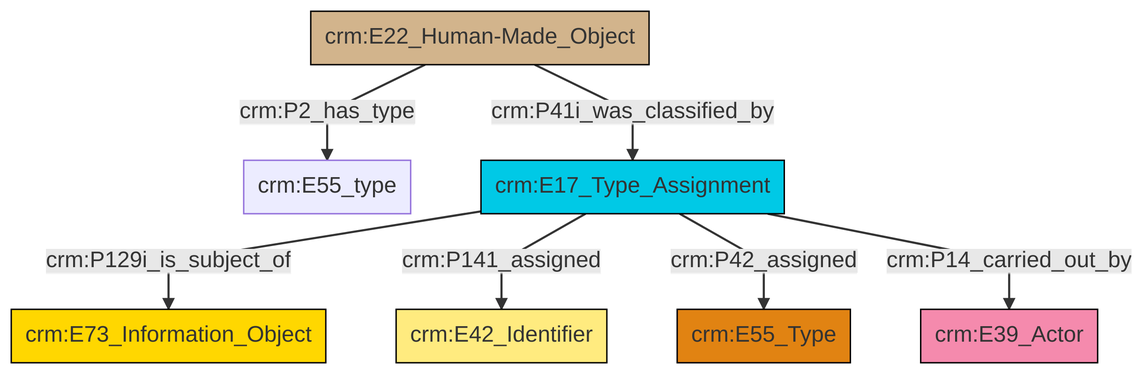
Above: et/builtWorkCSV/ttl/mmd/png/Built_Work_designation_status.png in swiss-art-research-net/docs.swissartresearch (Mermaid), before the change. Its source is kept beside it as et/builtWorkCSV/ttl/mmd/Built_Work_designation_status.ttl.mmd.
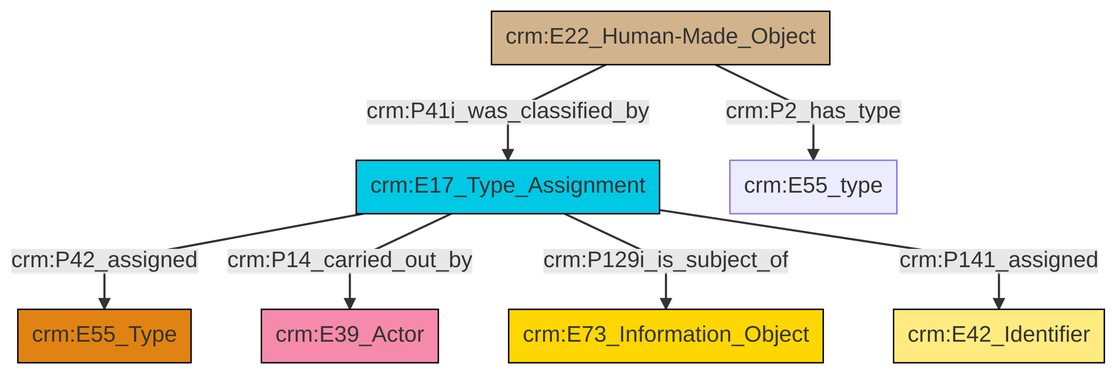
After the commit.

Diff of the diagram source:
```diff
@@ -13,9 +13,9 @@
 classDef PC_Classes fill:#4ce600, stroke:#000000;
 classDef Multi fill:#cccccc,stroke:#000000;
 
-0["crm:E22_Human-Made_Object"]:::Physical_Thing -->|crm:P2_has_type| 1["crm:E55_type"]:::Default
-3["crm:E17_Type_Assignment"]:::Temporal_Entity -->|crm:P129i_is_subject_of| 7["crm:E73_Information_Object"]:::Conceptual_Object
-3["crm:E17_Type_Assignment"]:::Temporal_Entity -->|crm:P141_assigned| 9["crm:E42_Identifier"]:::Appellation
-3["crm:E17_Type_Assignment"]:::Temporal_Entity -->|crm:P42_assigned| 10["crm:E55_Type"]:::Type
-3["crm:E17_Type_Assignment"]:::Temporal_Entity -->|crm:P14_carried_out_by| 5["crm:E39_Actor"]:::Actor
-0["crm:E22_Human-Made_Object"]:::Physical_Thing -->|crm:P41i_was_classified_by| 3["crm:E17_Type_Assignment"]:::Temporal_Entity
+0["crm:E17_Type_Assignment"]:::Temporal_Entity -->|crm:P42_assigned| 1["crm:E55_Type"]:::Type
+0["crm:E17_Type_Assignment"]:::Temporal_Entity -->|crm:P14_carried_out_by| 2["crm:E39_Actor"]:::Actor
+3["crm:E22_Human-Made_Object"]:::Physical_Thing -->|crm:P41i_was_classified_by| 0["crm:E17_Type_Assignment"]:::Temporal_Entity
+3["crm:E22_Human-Made_Object"]:::Physical_Thing -->|crm:P2_has_type| 7["crm:E55_type"]:::Default
+0["crm:E17_Type_Assignment"]:::Temporal_Entity -->|crm:P129i_is_subject_of| 5["crm:E73_Information_Object"]:::Conceptual_Object
+0["crm:E17_Type_Assignment"]:::Temporal_Entity -->|crm:P141_assigned| 12["crm:E42_Identifier"]:::Appellation
```
